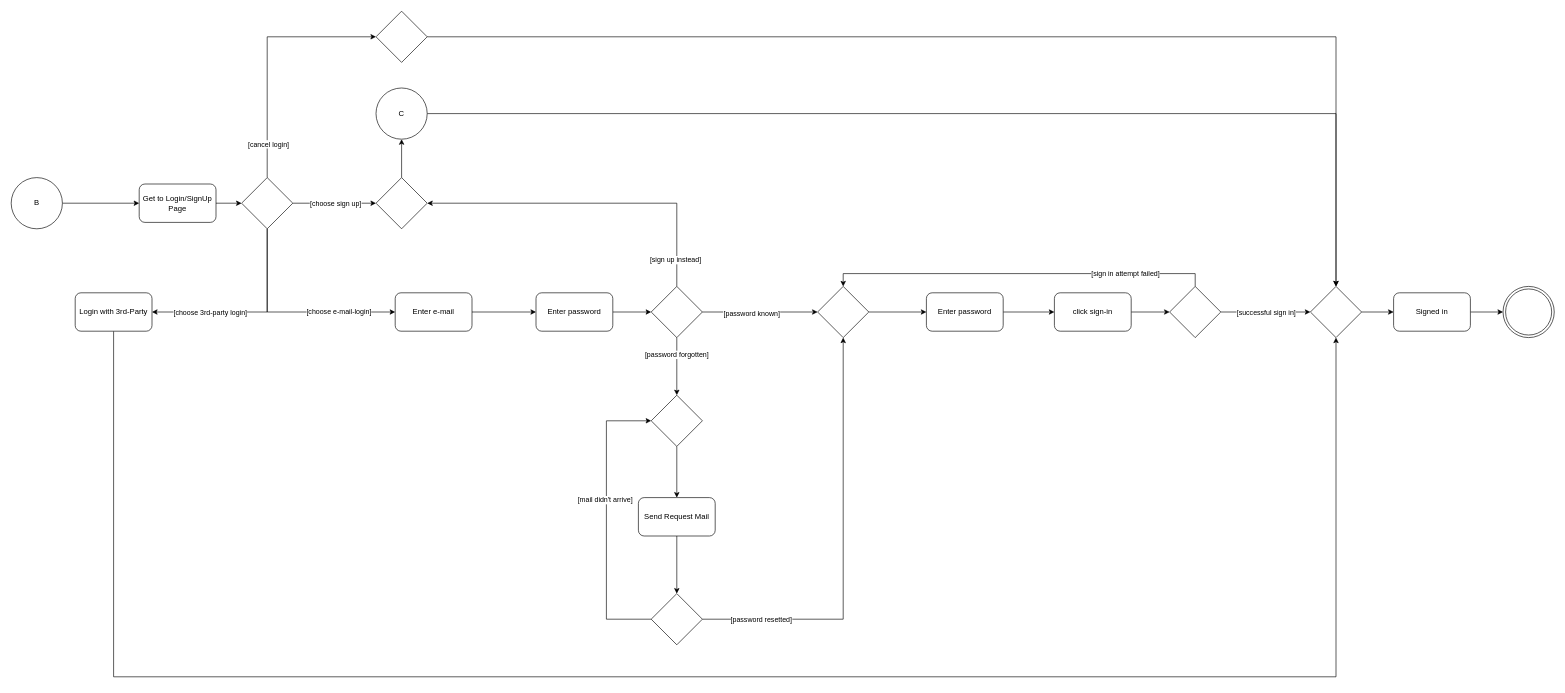
Above: docs/diagrams/sources/UserActivityLogin.drawio in SE-TINF22B6/DHBWhub (draw.io), before the change. Source tidied: cells renumbered, new cells numbered last; positions are measured from the earlier drawing's top-left corner, leaving out a move shared by most shapes. Both pictures are drawn from the tidied source at 64%, with x=0, y=0 at pixel (11, 11).
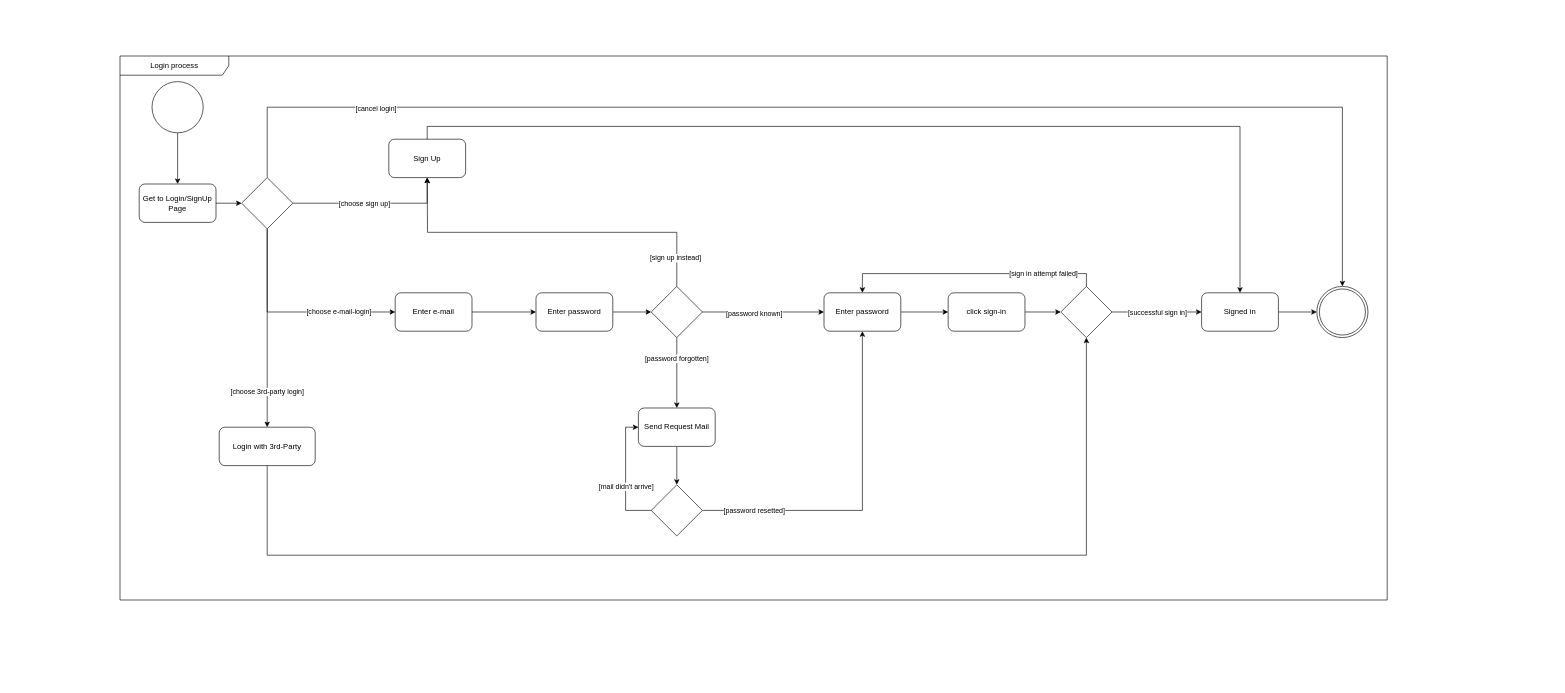
The same page after the edit.

The change refers to these unchanged cells:
```xml
<mxCell id="12" style="rhombus;whiteSpace=wrap;html=1;" parent="1" vertex="1">
  <mxGeometry x="360" y="260" width="80" height="80" as="geometry" />
</mxCell>
<mxCell id="14" value="Get to Login/SignUp Page" style="rounded=1;whiteSpace=wrap;html=1;" parent="1" vertex="1">
  <mxGeometry x="200" y="270" width="120" height="60" as="geometry" />
</mxCell>
<mxCell id="29" style="rhombus;whiteSpace=wrap;html=1;" parent="1" vertex="1">
  <mxGeometry x="1000" y="430" width="80" height="80" as="geometry" />
</mxCell>
```

Change to the diagram source:
```diff
@@
-    <mxCell id="2" style="edgeStyle=orthogonalEdgeStyle;rounded=0;jettySize=auto;html=1;exitX=1;exitY=0.5;exitDx=0;exitDy=0;entryX=0;entryY=0.5;entryDx=0;entryDy=0;" parent="1" edge="1" source="3" target="14">
+    <mxCell id="2" style="edgeStyle=orthogonalEdgeStyle;rounded=0;jettySize=auto;html=1;exitX=0.5;exitY=1;exitDx=0;exitDy=0;" parent="1" edge="1" source="3" target="14">
       <mxGeometry relative="1" as="geometry" />
     </mxCell>
-    <mxCell id="3" value="B" style="ellipse;whiteSpace=wrap;html=1;" parent="1" vertex="1">
-      <mxGeometry y="260" width="80" height="80" as="geometry" />
+    <mxCell id="3" style="ellipse;whiteSpace=wrap;html=1;" parent="1" vertex="1">
+      <mxGeometry x="220" y="110" width="80" height="80" as="geometry" />
     </mxCell>
-    <mxCell id="4" style="edgeStyle=orthogonalEdgeStyle;rounded=0;jettySize=auto;html=1;exitX=1;exitY=0.5;exitDx=0;exitDy=0;entryX=0;entryY=0.5;entryDx=0;entryDy=0;" parent="1" edge="1" source="12" target="16">
-      <mxGeometry relative="1" as="geometry" />
+    <mxCell id="4" style="edgeStyle=orthogonalEdgeStyle;rounded=0;jettySize=auto;html=1;exitX=1;exitY=0.5;exitDx=0;exitDy=0;entryX=0.5;entryY=1;entryDx=0;entryDy=0;" parent="1" edge="1" source="12" target="62">
+      <mxGeometry relative="1" as="geometry">
+        <Array as="points">
+          <mxPoint x="650" y="300" />
+        </Array>
+      </mxGeometry>
     </mxCell>
@@
+    <mxCell id="10" style="edgeStyle=orthogonalEdgeStyle;rounded=0;jettySize=auto;html=1;exitX=0.5;exitY=0;exitDx=0;exitDy=0;entryX=0.5;entryY=0;entryDx=0;entryDy=0;" parent="1" edge="1" source="12" target="56">
+      <mxGeometry relative="1" as="geometry">
+        <Array as="points">
+          <mxPoint x="400" y="150" />
+          <mxPoint x="2080" y="150" />
+        </Array>
+      </mxGeometry>
+    </mxCell>
+    <mxCell id="11" value="[cancel login]" style="edgeLabel;html=1;align=center;verticalAlign=middle;" parent="10" vertex="1">
+      <mxGeometry x="-0.73" y="-1" relative="1" as="geometry" />
+    </mxCell>
-    <mxCell id="8" style="edgeStyle=orthogonalEdgeStyle;rounded=0;jettySize=auto;html=1;exitX=0.5;exitY=1;exitDx=0;exitDy=0;entryX=1;entryY=0.5;entryDx=0;entryDy=0;" parent="1" edge="1" source="12" target="22">
+    <mxCell id="8" style="edgeStyle=orthogonalEdgeStyle;rounded=0;jettySize=auto;html=1;entryX=0.5;entryY=0;entryDx=0;entryDy=0;" parent="1" edge="1" source="12" target="22">
       <mxGeometry relative="1" as="geometry" />
     </mxCell>
     <mxCell id="9" value="[choose 3rd-party login]" style="edgeLabel;html=1;align=center;verticalAlign=middle;" parent="8" vertex="1">
-      <mxGeometry x="0.56" y="2" relative="1" as="geometry">
-        <mxPoint x="22" y="-2" as="offset" />
-      </mxGeometry>
+      <mxGeometry x="0.64" y="-1" relative="1" as="geometry" />
     </mxCell>
-    <mxCell id="10" style="edgeStyle=orthogonalEdgeStyle;rounded=0;jettySize=auto;html=1;exitX=0.5;exitY=0;exitDx=0;exitDy=0;entryX=0;entryY=0.5;entryDx=0;entryDy=0;" parent="1" edge="1" source="12" target="58">
-      <mxGeometry relative="1" as="geometry" />
-    </mxCell>
-    <mxCell id="11" value="[cancel login]" style="edgeLabel;html=1;align=center;verticalAlign=middle;" parent="10" vertex="1">
-      <mxGeometry x="-0.73" y="-1" relative="1" as="geometry" />
-    </mxCell>
@@
-    <mxCell id="15" style="edgeStyle=orthogonalEdgeStyle;rounded=0;jettySize=auto;html=1;exitX=0.5;exitY=0;exitDx=0;exitDy=0;entryX=0.5;entryY=1;entryDx=0;entryDy=0;" parent="1" edge="1" source="16" target="18">
-      <mxGeometry relative="1" as="geometry" />
-    </mxCell>
-    <mxCell id="16" style="rhombus;whiteSpace=wrap;html=1;" parent="1" vertex="1">
-      <mxGeometry x="570" y="260" width="80" height="80" as="geometry" />
-    </mxCell>
-    <mxCell id="17" style="edgeStyle=orthogonalEdgeStyle;rounded=0;jettySize=auto;html=1;exitX=1;exitY=0.5;exitDx=0;exitDy=0;entryX=0.5;entryY=0;entryDx=0;entryDy=0;" parent="1" edge="1" source="18" target="53">
-      <mxGeometry relative="1" as="geometry" />
-    </mxCell>
-    <mxCell id="18" value="C" style="ellipse;whiteSpace=wrap;html=1;" parent="1" vertex="1">
-      <mxGeometry x="570" y="120" width="80" height="80" as="geometry" />
-    </mxCell>
@@
-    <mxCell id="21" style="edgeStyle=orthogonalEdgeStyle;rounded=0;jettySize=auto;html=1;exitX=0.5;exitY=1;exitDx=0;exitDy=0;entryX=0.5;entryY=1;entryDx=0;entryDy=0;" parent="1" edge="1" source="22" target="53">
-      <mxGeometry relative="1" as="geometry">
-        <Array as="points">
-          <mxPoint x="160" y="1040" />
-          <mxPoint x="2070" y="1040" />
-        </Array>
-      </mxGeometry>
-    </mxCell>
+    <mxCell id="59" style="edgeStyle=orthogonalEdgeStyle;rounded=0;jettySize=auto;html=1;exitX=0.5;exitY=1;exitDx=0;exitDy=0;entryX=0.5;entryY=1;entryDx=0;entryDy=0;" parent="1" edge="1" source="22" target="51">
+      <mxGeometry relative="1" as="geometry">
+        <Array as="points">
+          <mxPoint x="400" y="850" />
+          <mxPoint x="1680" y="850" />
+        </Array>
+      </mxGeometry>
+    </mxCell>
     <mxCell id="22" value="Login with 3rd-Party" style="rounded=1;whiteSpace=wrap;html=1;" parent="1" vertex="1">
-      <mxGeometry x="100" y="440" width="120" height="60" as="geometry" />
+      <mxGeometry x="325" y="650" width="150" height="60" as="geometry" />
     </mxCell>
-    <mxCell id="23" style="edgeStyle=orthogonalEdgeStyle;rounded=0;jettySize=auto;html=1;exitX=0.5;exitY=0;exitDx=0;exitDy=0;entryX=1;entryY=0.5;entryDx=0;entryDy=0;" parent="1" edge="1" source="29" target="16">
-      <mxGeometry relative="1" as="geometry" />
+    <mxCell id="23" style="edgeStyle=orthogonalEdgeStyle;rounded=0;jettySize=auto;html=1;exitX=0.5;exitY=0;exitDx=0;exitDy=0;" parent="1" edge="1" source="29">
+      <mxGeometry relative="1" as="geometry">
+        <mxPoint x="650" y="260" as="targetPoint" />
+      </mxGeometry>
     </mxCell>
@@
-    <mxCell id="25" style="edgeStyle=orthogonalEdgeStyle;rounded=0;jettySize=auto;html=1;exitX=0.5;exitY=1;exitDx=0;exitDy=0;entryX=0.5;entryY=0;entryDx=0;entryDy=0;" parent="1" edge="1" source="29" target="33">
+    <mxCell id="25" style="edgeStyle=orthogonalEdgeStyle;rounded=0;jettySize=auto;html=1;exitX=0.5;exitY=1;exitDx=0;exitDy=0;entryX=0.5;entryY=0;entryDx=0;entryDy=0;" parent="1" edge="1" source="29" target="35">
       <mxGeometry relative="1" as="geometry" />
     </mxCell>
@@
-    <mxCell id="27" style="edgeStyle=orthogonalEdgeStyle;rounded=0;jettySize=auto;html=1;exitX=1;exitY=0.5;exitDx=0;exitDy=0;entryX=0;entryY=0.5;entryDx=0;entryDy=0;" parent="1" edge="1" source="29" target="42">
+    <mxCell id="27" style="edgeStyle=orthogonalEdgeStyle;rounded=0;jettySize=auto;html=1;exitX=1;exitY=0.5;exitDx=0;exitDy=0;entryX=0;entryY=0.5;entryDx=0;entryDy=0;" parent="1" edge="1" source="29" target="44">
       <mxGeometry relative="1" as="geometry" />
     </mxCell>
@@
-    <mxCell id="32" style="edgeStyle=orthogonalEdgeStyle;rounded=0;jettySize=auto;html=1;exitX=0.5;exitY=1;exitDx=0;exitDy=0;entryX=0.5;entryY=0;entryDx=0;entryDy=0;" parent="1" edge="1" source="33" target="35">
-      <mxGeometry relative="1" as="geometry" />
-    </mxCell>
-    <mxCell id="33" style="rhombus;whiteSpace=wrap;html=1;" parent="1" vertex="1">
-      <mxGeometry x="1000" y="600" width="80" height="80" as="geometry" />
-    </mxCell>
@@
     <mxCell id="35" value="Send Request Mail" style="rounded=1;whiteSpace=wrap;html=1;" parent="1" vertex="1">
-      <mxGeometry x="980" y="760" width="120" height="60" as="geometry" />
+      <mxGeometry x="980" y="620" width="120" height="60" as="geometry" />
     </mxCell>
-    <mxCell id="36" style="edgeStyle=orthogonalEdgeStyle;rounded=0;jettySize=auto;html=1;exitX=0;exitY=0.5;exitDx=0;exitDy=0;entryX=0;entryY=0.5;entryDx=0;entryDy=0;" parent="1" edge="1" source="40" target="33">
-      <mxGeometry relative="1" as="geometry">
-        <Array as="points">
-          <mxPoint x="930" y="950" />
-          <mxPoint x="930" y="640" />
-        </Array>
-      </mxGeometry>
-    </mxCell>
-    <mxCell id="37" value="[mail didn't arrive]" style="edgeLabel;html=1;align=center;verticalAlign=middle;" parent="36" vertex="1">
-      <mxGeometry x="0.14" y="3" relative="1" as="geometry" />
-    </mxCell>
-    <mxCell id="38" style="edgeStyle=orthogonalEdgeStyle;rounded=0;jettySize=auto;html=1;exitX=1;exitY=0.5;exitDx=0;exitDy=0;entryX=0.5;entryY=1;entryDx=0;entryDy=0;" parent="1" edge="1" source="40" target="42">
+    <mxCell id="38" style="edgeStyle=orthogonalEdgeStyle;rounded=0;jettySize=auto;html=1;exitX=1;exitY=0.5;exitDx=0;exitDy=0;entryX=0.5;entryY=1;entryDx=0;entryDy=0;" parent="1" edge="1" source="40" target="44">
       <mxGeometry relative="1" as="geometry" />
     </mxCell>
@@
+    <mxCell id="60" style="edgeStyle=orthogonalEdgeStyle;rounded=0;jettySize=auto;html=1;exitX=0;exitY=0.5;exitDx=0;exitDy=0;entryX=0;entryY=0.5;entryDx=0;entryDy=0;" parent="1" edge="1" source="40" target="35">
+      <mxGeometry relative="1" as="geometry" />
+    </mxCell>
+    <mxCell id="37" value="[mail didn't arrive]" style="edgeLabel;html=1;align=center;verticalAlign=middle;" parent="60" vertex="1">
+      <mxGeometry x="-0.18" relative="1" as="geometry" />
+    </mxCell>
     <mxCell id="40" style="rhombus;whiteSpace=wrap;html=1;" parent="1" vertex="1">
-      <mxGeometry x="1000" y="910" width="80" height="80" as="geometry" />
+      <mxGeometry x="1000" y="740" width="80" height="80" as="geometry" />
     </mxCell>
-    <mxCell id="41" style="edgeStyle=orthogonalEdgeStyle;rounded=0;jettySize=auto;html=1;exitX=1;exitY=0.5;exitDx=0;exitDy=0;entryX=0;entryY=0.5;entryDx=0;entryDy=0;" parent="1" edge="1" source="42" target="44">
-      <mxGeometry relative="1" as="geometry" />
-    </mxCell>
-    <mxCell id="42" style="rhombus;whiteSpace=wrap;html=1;" parent="1" vertex="1">
-      <mxGeometry x="1260" y="430" width="80" height="80" as="geometry" />
-    </mxCell>
@@
     <mxCell id="44" value="Enter password" style="rounded=1;whiteSpace=wrap;html=1;" parent="1" vertex="1">
-      <mxGeometry x="1430" y="440" width="120" height="60" as="geometry" />
+      <mxGeometry x="1270" y="440" width="120" height="60" as="geometry" />
     </mxCell>
@@
     <mxCell id="46" value="click sign-in" style="rounded=1;whiteSpace=wrap;html=1;" parent="1" vertex="1">
-      <mxGeometry x="1630" y="440" width="120" height="60" as="geometry" />
+      <mxGeometry x="1464" y="440" width="120" height="60" as="geometry" />
     </mxCell>
-    <mxCell id="47" style="edgeStyle=orthogonalEdgeStyle;rounded=0;jettySize=auto;html=1;exitX=0.5;exitY=0;exitDx=0;exitDy=0;entryX=0.5;entryY=0;entryDx=0;entryDy=0;" parent="1" edge="1" source="51" target="42">
+    <mxCell id="47" style="edgeStyle=orthogonalEdgeStyle;rounded=0;jettySize=auto;html=1;exitX=0.5;exitY=0;exitDx=0;exitDy=0;entryX=0.5;entryY=0;entryDx=0;entryDy=0;" parent="1" edge="1" source="51" target="44">
       <mxGeometry relative="1" as="geometry" />
     </mxCell>
@@
-    <mxCell id="49" style="edgeStyle=orthogonalEdgeStyle;rounded=0;jettySize=auto;html=1;exitX=1;exitY=0.5;exitDx=0;exitDy=0;entryX=0;entryY=0.5;entryDx=0;entryDy=0;" parent="1" edge="1" source="51" target="53">
+    <mxCell id="49" style="edgeStyle=orthogonalEdgeStyle;rounded=0;jettySize=auto;html=1;exitX=1;exitY=0.5;exitDx=0;exitDy=0;" parent="1" edge="1" source="51" target="55">
       <mxGeometry relative="1" as="geometry" />
     </mxCell>
@@
     <mxCell id="51" style="rhombus;whiteSpace=wrap;html=1;" parent="1" vertex="1">
-      <mxGeometry x="1810" y="430" width="80" height="80" as="geometry" />
+      <mxGeometry x="1640" y="430" width="80" height="80" as="geometry" />
     </mxCell>
-    <mxCell id="52" style="edgeStyle=orthogonalEdgeStyle;rounded=0;jettySize=auto;html=1;exitX=1;exitY=0.5;exitDx=0;exitDy=0;entryX=0;entryY=0.5;entryDx=0;entryDy=0;" parent="1" edge="1" source="53" target="55">
-      <mxGeometry relative="1" as="geometry" />
-    </mxCell>
-    <mxCell id="53" style="rhombus;whiteSpace=wrap;html=1;" parent="1" vertex="1">
-      <mxGeometry x="2030" y="430" width="80" height="80" as="geometry" />
-    </mxCell>
@@
     <mxCell id="55" value="Signed in" style="rounded=1;whiteSpace=wrap;html=1;" parent="1" vertex="1">
-      <mxGeometry x="2160" y="440" width="120" height="60" as="geometry" />
+      <mxGeometry x="1860" y="440" width="120" height="60" as="geometry" />
     </mxCell>
     <mxCell id="56" style="ellipse;shape=doubleEllipse;whiteSpace=wrap;html=1;" parent="1" vertex="1">
-      <mxGeometry x="2331" y="430" width="80" height="80" as="geometry" />
+      <mxGeometry x="2040" y="430" width="80" height="80" as="geometry" />
     </mxCell>
-    <mxCell id="57" style="edgeStyle=orthogonalEdgeStyle;rounded=0;jettySize=auto;html=1;exitX=1;exitY=0.5;exitDx=0;exitDy=0;entryX=0.5;entryY=0;entryDx=0;entryDy=0;" parent="1" edge="1" source="58" target="53">
-      <mxGeometry relative="1" as="geometry" />
-    </mxCell>
-    <mxCell id="58" style="rhombus;whiteSpace=wrap;html=1;" parent="1" vertex="1">
-      <mxGeometry x="570" width="80" height="80" as="geometry" />
-    </mxCell>
+    <mxCell id="61" style="edgeStyle=orthogonalEdgeStyle;rounded=0;jettySize=auto;html=1;exitX=0.5;exitY=0;exitDx=0;exitDy=0;" parent="1" edge="1" source="62" target="55">
+      <mxGeometry relative="1" as="geometry" />
+    </mxCell>
+    <mxCell id="62" value="Sign Up" style="rounded=1;whiteSpace=wrap;html=1;" parent="1" vertex="1">
+      <mxGeometry x="590" y="200" width="120" height="60" as="geometry" />
+    </mxCell>
+    <mxCell id="63" value="Login process" style="shape=umlFrame;whiteSpace=wrap;html=1;width=170;height=30;" parent="1" vertex="1">
+      <mxGeometry x="170" y="70" width="1980" height="850" as="geometry" />
+    </mxCell>
```
